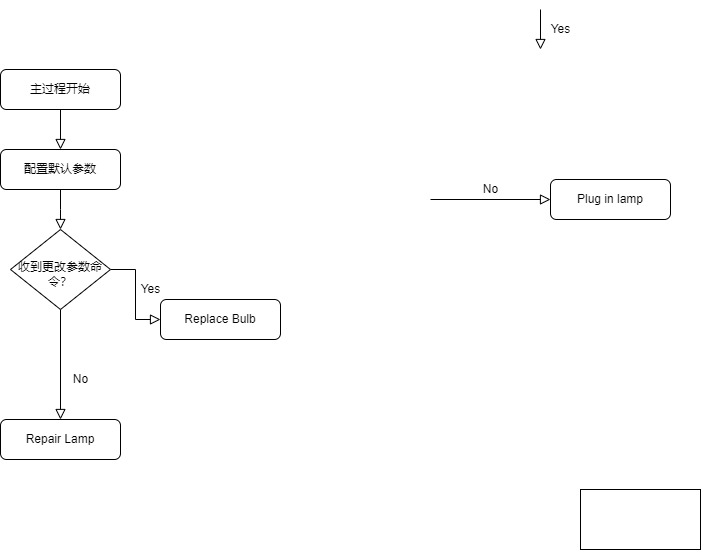
Before: main.png, a diagram exported from draw.io (Sky199710/myDiagram). Source tidied: cells renumbered, new cells last; positions are measured from the earlier drawing's top-left corner, leaving out a move shared by most shapes.
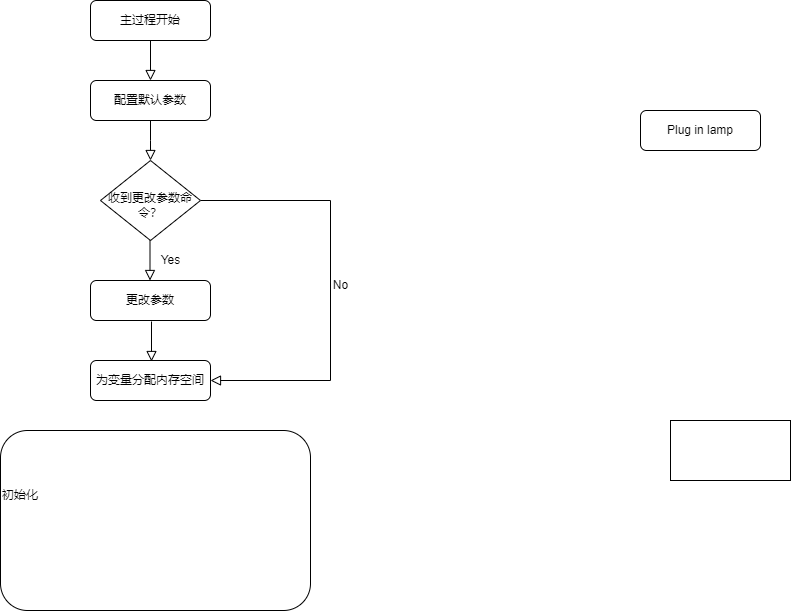
The same file after the commit.

The edit, as a diff of the source:
```diff
@@ -10,29 +10,23 @@
     <mxCell id="3" value="主过程开始" style="rounded=1;whiteSpace=wrap;html=1;fontSize=12;glass=0;strokeWidth=1;shadow=0;" parent="1" vertex="1">
       <mxGeometry y="60" width="120" height="40" as="geometry" />
     </mxCell>
-    <mxCell id="4" value="No" style="edgeStyle=orthogonalEdgeStyle;rounded=0;html=1;jettySize=auto;fontSize=11;endArrow=block;endFill=0;endSize=8;strokeWidth=1;shadow=0;labelBackgroundColor=none;" parent="1" edge="1" target="5">
+    <mxCell id="4" value="No" style="edgeStyle=orthogonalEdgeStyle;rounded=0;html=1;jettySize=auto;fontSize=11;endArrow=block;endFill=0;endSize=8;strokeWidth=1;shadow=0;labelBackgroundColor=none;exitX=1;exitY=0.5;exitDx=0;exitDy=0;entryX=1;entryY=0.5;entryDx=0;entryDy=0;" parent="1" edge="1" source="8" target="15">
       <mxGeometry y="10" relative="1" as="geometry">
-        <mxPoint x="430" y="190" as="sourcePoint" />
+        <Array as="points">
+          <mxPoint x="240" y="260" />
+          <mxPoint x="240" y="440" />
+        </Array>
       </mxGeometry>
     </mxCell>
     <mxCell id="5" value="Plug in lamp" style="rounded=1;whiteSpace=wrap;html=1;fontSize=12;glass=0;strokeWidth=1;shadow=0;" parent="1" vertex="1">
       <mxGeometry x="550" y="170" width="120" height="40" as="geometry" />
     </mxCell>
-    <mxCell id="6" value="No" style="rounded=0;html=1;jettySize=auto;fontSize=11;endArrow=block;endFill=0;endSize=8;strokeWidth=1;shadow=0;labelBackgroundColor=none;edgeStyle=orthogonalEdgeStyle;" parent="1" edge="1" source="8" target="9">
-      <mxGeometry x="0.27" y="20" relative="1" as="geometry" />
-    </mxCell>
-    <mxCell id="7" value="Yes" style="edgeStyle=orthogonalEdgeStyle;rounded=0;html=1;jettySize=auto;fontSize=11;endArrow=block;endFill=0;endSize=8;strokeWidth=1;shadow=0;labelBackgroundColor=none;" parent="1" edge="1" source="8" target="10">
-      <mxGeometry x="-0.1" y="15" relative="1" as="geometry" />
-    </mxCell>
     <mxCell id="8" value="收到更改参数命令？" style="rhombus;shadow=0;fontFamily=Helvetica;fontSize=12;align=center;strokeWidth=1;spacing=6;spacingTop=9;verticalAlign=middle;labelPosition=center;verticalLabelPosition=middle;html=1;whiteSpace=wrap;" parent="1" vertex="1">
       <mxGeometry x="10" y="220" width="100" height="80" as="geometry" />
     </mxCell>
-    <mxCell id="9" value="Repair Lamp" style="rounded=1;whiteSpace=wrap;html=1;fontSize=12;glass=0;strokeWidth=1;shadow=0;" parent="1" vertex="1">
-      <mxGeometry y="410" width="120" height="40" as="geometry" />
+    <mxCell id="9" value="更改参数" style="rounded=1;whiteSpace=wrap;html=1;fontSize=12;glass=0;strokeWidth=1;shadow=0;" parent="1" vertex="1">
+      <mxGeometry y="340" width="120" height="40" as="geometry" />
     </mxCell>
-    <mxCell id="10" value="Replace Bulb" style="rounded=1;whiteSpace=wrap;html=1;fontSize=12;glass=0;strokeWidth=1;shadow=0;" parent="1" vertex="1">
-      <mxGeometry x="160" y="290" width="120" height="40" as="geometry" />
-    </mxCell>
     <mxCell id="11" style="rounded=0;whiteSpace=wrap;html=1;" parent="1" vertex="1">
       <mxGeometry x="580" y="480" width="120" height="60" as="geometry" />
     </mxCell>
@@ -41,8 +35,8 @@
     </mxCell>
     <mxCell id="13" value="Yes" style="rounded=0;html=1;jettySize=auto;orthogonalLoop=1;fontSize=11;endArrow=block;endFill=0;endSize=8;strokeWidth=1;shadow=0;labelBackgroundColor=none;edgeStyle=orthogonalEdgeStyle;exitX=0.5;exitY=1;exitDx=0;exitDy=0;" parent="1" edge="1">
       <mxGeometry y="20" relative="1" as="geometry">
-        <mxPoint x="540" as="sourcePoint" />
-        <mxPoint x="540" y="40" as="targetPoint" />
+        <mxPoint x="59.5" y="300" as="sourcePoint" />
+        <mxPoint x="59.5" y="340" as="targetPoint" />
       </mxGeometry>
     </mxCell>
     <mxCell id="14" style="rounded=0;html=1;jettySize=auto;fontSize=11;endArrow=block;endFill=0;endSize=8;strokeWidth=1;shadow=0;labelBackgroundColor=none;edgeStyle=orthogonalEdgeStyle;entryX=0.5;entryY=0;entryDx=0;entryDy=0;exitX=0.5;exitY=1;exitDx=0;exitDy=0;" parent="1" edge="1" source="12" target="8">
@@ -53,5 +47,17 @@
         </Array>
       </mxGeometry>
     </mxCell>
+    <mxCell id="15" value="为变量分配内存空间" style="rounded=1;whiteSpace=wrap;html=1;fontSize=12;glass=0;strokeWidth=1;shadow=0;" parent="1" vertex="1">
+      <mxGeometry y="420" width="120" height="40" as="geometry" />
+    </mxCell>
+    <mxCell id="16" style="rounded=0;html=1;jettySize=auto;orthogonalLoop=1;fontSize=11;endArrow=block;endFill=0;endSize=8;strokeWidth=1;shadow=0;labelBackgroundColor=none;edgeStyle=orthogonalEdgeStyle;" parent="1" edge="1">
+      <mxGeometry relative="1" as="geometry">
+        <mxPoint x="61" y="381" as="sourcePoint" />
+        <mxPoint x="61" y="421" as="targetPoint" />
+      </mxGeometry>
+    </mxCell>
+    <mxCell id="17" value="初始化" style="rounded=1;whiteSpace=wrap;html=1;fontSize=12;glass=0;strokeWidth=1;shadow=0;align=left;spacingTop=-50;spacing=2;" parent="1" vertex="1">
+      <mxGeometry x="-90" y="490" width="310" height="180" as="geometry" />
+    </mxCell>
   </root>
 </mxGraphModel>
```
